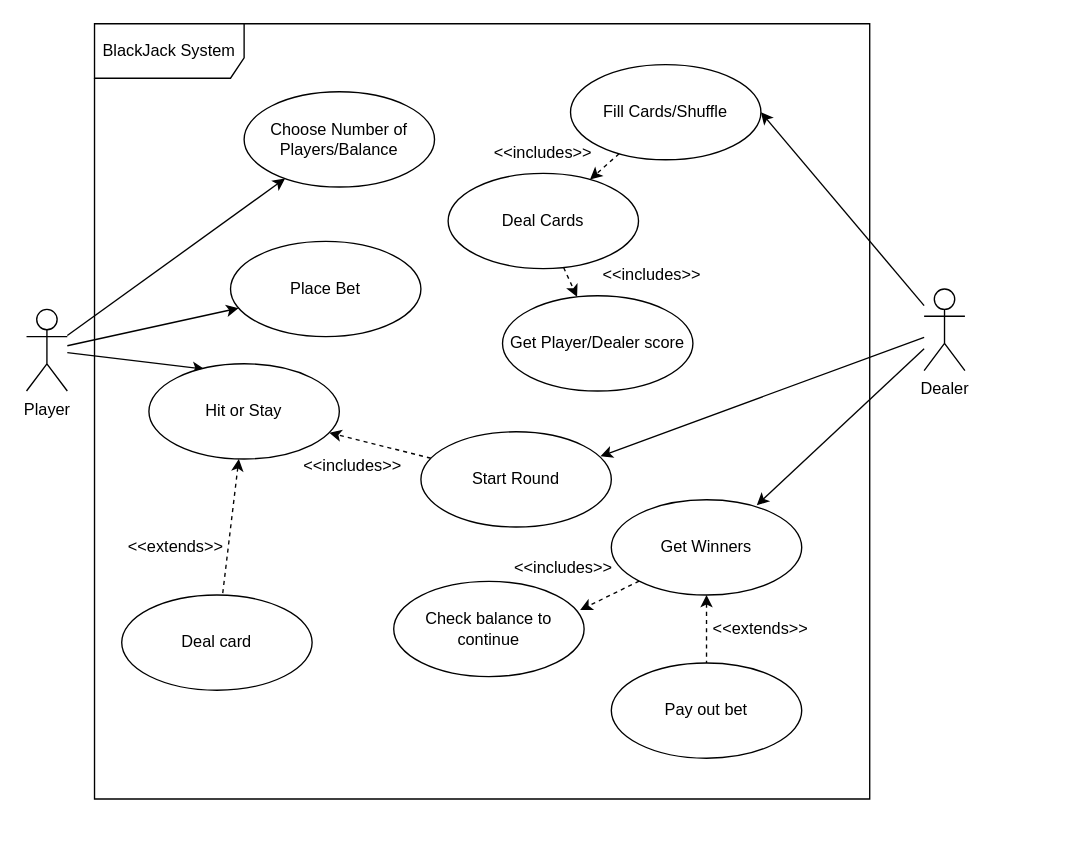
The draw.io diagram Use-Case BlackJack.drawio in robinlaws/BlackJack, before the edit. Source tidied: cells renumbered, new cells numbered last; positions are measured from the earlier drawing's top-left corner, leaving out a move shared by most shapes. Both pictures are drawn from the tidied source at 136%, with x=0, y=0 at pixel (26, 23).
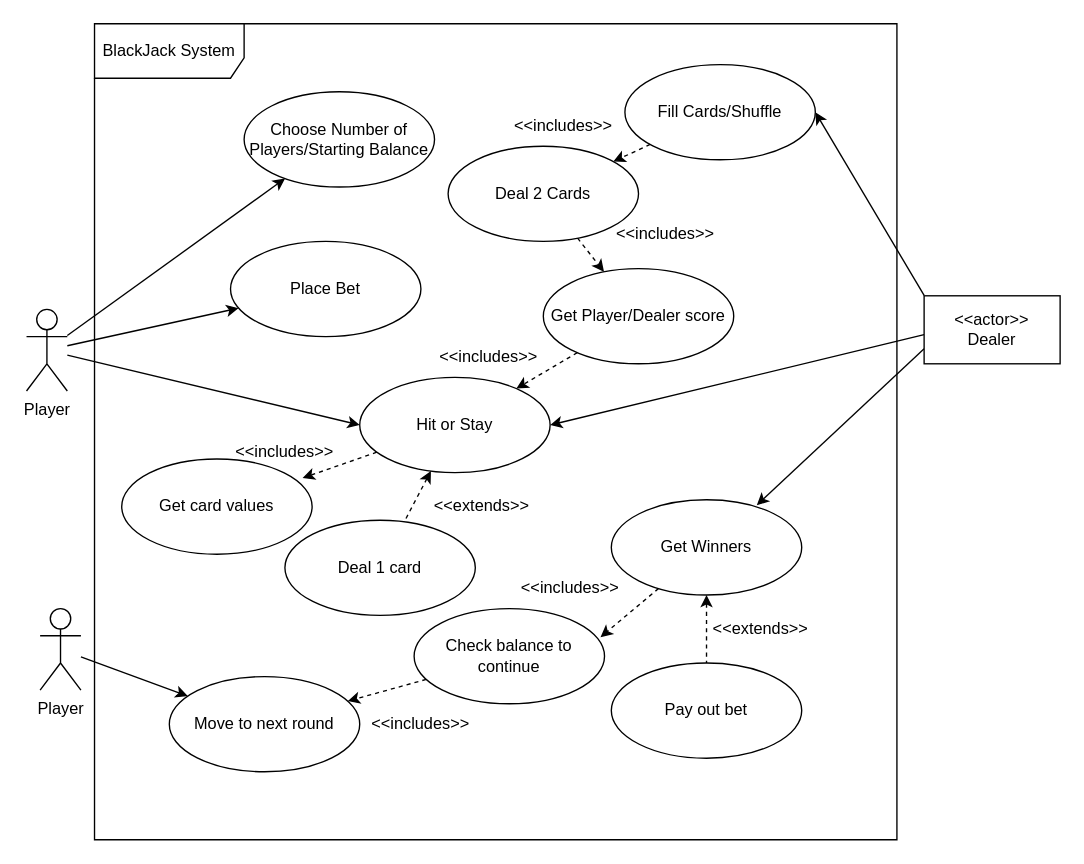
After the change.

The change refers to these unchanged cells:
```xml
<mxCell id="5" value="Player" style="shape=umlActor;verticalLabelPosition=bottom;verticalAlign=top;html=1;outlineConnect=0;" parent="1" vertex="1">
  <mxGeometry y="210" width="30" height="60" as="geometry" />
</mxCell>
<mxCell id="23" value="Get Winners" style="ellipse;whiteSpace=wrap;html=1;" parent="1" vertex="1">
  <mxGeometry x="430" y="350" width="140" height="70" as="geometry" />
</mxCell>
```

Diff of the diagram source:
```diff
@@
-    <mxCell id="4" style="edgeStyle=none;rounded=0;jettySize=auto;html=1;entryX=0.293;entryY=0.057;entryDx=0;entryDy=0;entryPerimeter=0;startArrow=none;startFill=0;endArrow=classic;endFill=1;fillColor=#e1d5e7;strokeColor=#030303;" parent="1" edge="1" source="5" target="20">
+    <mxCell id="4" style="edgeStyle=none;rounded=0;jettySize=auto;html=1;entryX=0;entryY=0.5;entryDx=0;entryDy=0;startArrow=none;startFill=0;endArrow=classic;endFill=1;fillColor=#e1d5e7;strokeColor=#030303;" parent="1" edge="1" source="5" target="20">
       <mxGeometry relative="1" as="geometry" />
     </mxCell>
@@
-    <mxCell id="6" style="edgeStyle=none;rounded=0;jettySize=auto;html=1;entryX=1;entryY=0.5;entryDx=0;entryDy=0;" parent="1" edge="1" source="9" target="13">
-      <mxGeometry relative="1" as="geometry" />
+    <mxCell id="6" style="edgeStyle=none;rounded=0;jettySize=auto;html=1;entryX=1;entryY=0.5;entryDx=0;entryDy=0;" parent="1" edge="1" target="13">
+      <mxGeometry relative="1" as="geometry">
+        <mxPoint x="660" y="199.7" as="sourcePoint" />
+      </mxGeometry>
     </mxCell>
-    <mxCell id="7" style="edgeStyle=none;rounded=0;jettySize=auto;html=1;entryX=0.943;entryY=0.257;entryDx=0;entryDy=0;entryPerimeter=0;startArrow=none;startFill=0;endArrow=classic;endFill=1;" parent="1" edge="1" source="9" target="18">
-      <mxGeometry relative="1" as="geometry" />
-    </mxCell>
-    <mxCell id="8" style="edgeStyle=none;rounded=0;jettySize=auto;html=1;startArrow=none;startFill=0;endArrow=classic;endFill=1;strokeColor=#030303;entryX=0.764;entryY=0.057;entryDx=0;entryDy=0;entryPerimeter=0;" parent="1" edge="1" source="9" target="23">
-      <mxGeometry relative="1" as="geometry" />
+    <mxCell id="8" style="edgeStyle=none;rounded=0;jettySize=auto;html=1;startArrow=none;startFill=0;endArrow=classic;endFill=1;strokeColor=#030303;entryX=0.764;entryY=0.057;entryDx=0;entryDy=0;entryPerimeter=0;" parent="1" edge="1" target="23">
+      <mxGeometry relative="1" as="geometry">
+        <mxPoint x="660" y="239" as="sourcePoint" />
+      </mxGeometry>
     </mxCell>
-    <mxCell id="9" value="Dealer" style="shape=umlActor;verticalLabelPosition=bottom;verticalAlign=top;html=1;outlineConnect=0;" parent="1" vertex="1">
-      <mxGeometry x="660" y="195" width="30" height="60" as="geometry" />
-    </mxCell>
+    <mxCell id="34" style="edgeStyle=none;rounded=0;jettySize=auto;html=1;entryX=1;entryY=0.5;entryDx=0;entryDy=0;" parent="1" edge="1" target="20">
+      <mxGeometry relative="1" as="geometry">
+        <mxPoint x="660" y="228.6" as="sourcePoint" />
+      </mxGeometry>
+    </mxCell>
-    <mxCell id="10" value="Choose Number of Players/Balance" style="ellipse;whiteSpace=wrap;html=1;" parent="1" vertex="1">
+    <mxCell id="10" value="Choose Number of Players/Starting Balance" style="ellipse;whiteSpace=wrap;html=1;" parent="1" vertex="1">
       <mxGeometry x="160" y="50" width="140" height="70" as="geometry" />
     </mxCell>
@@
     <mxCell id="13" value="Fill Cards/Shuffle" style="ellipse;whiteSpace=wrap;html=1;" parent="1" vertex="1">
-      <mxGeometry x="400" y="30" width="140" height="70" as="geometry" />
+      <mxGeometry x="440" y="30" width="140" height="70" as="geometry" />
     </mxCell>
@@
-    <mxCell id="15" value="Deal Cards" style="ellipse;whiteSpace=wrap;html=1;" parent="1" vertex="1">
-      <mxGeometry x="310" y="110" width="140" height="70" as="geometry" />
+    <mxCell id="15" value="Deal 2 Cards" style="ellipse;whiteSpace=wrap;html=1;" parent="1" vertex="1">
+      <mxGeometry x="310" y="90" width="140" height="70" as="geometry" />
     </mxCell>
+    <mxCell id="35" style="edgeStyle=none;rounded=0;jettySize=auto;html=1;dashed=1;" parent="1" edge="1" source="16" target="20">
+      <mxGeometry relative="1" as="geometry" />
+    </mxCell>
     <mxCell id="16" value="Get Player/Dealer score" style="ellipse;whiteSpace=wrap;html=1;" parent="1" vertex="1">
-      <mxGeometry x="350" y="200" width="140" height="70" as="geometry" />
+      <mxGeometry x="380" y="180" width="140" height="70" as="geometry" />
     </mxCell>
-    <mxCell id="17" style="edgeStyle=none;rounded=0;jettySize=auto;html=1;startArrow=none;startFill=0;endArrow=classic;endFill=1;strokeColor=#030303;dashed=1;" parent="1" edge="1" source="18" target="20">
-      <mxGeometry relative="1" as="geometry" />
-    </mxCell>
-    <mxCell id="18" value="Start Round" style="ellipse;whiteSpace=wrap;html=1;" parent="1" vertex="1">
-      <mxGeometry x="290" y="300" width="140" height="70" as="geometry" />
-    </mxCell>
@@
+    <mxCell id="36" style="rounded=0;jettySize=auto;html=1;entryX=0.95;entryY=0.2;entryDx=0;entryDy=0;dashed=1;entryPerimeter=0;" parent="1" edge="1" source="20" target="38">
+      <mxGeometry relative="1" as="geometry" />
+    </mxCell>
     <mxCell id="20" value="Hit or Stay" style="ellipse;whiteSpace=wrap;html=1;" parent="1" vertex="1">
-      <mxGeometry x="90" y="250" width="140" height="70" as="geometry" />
+      <mxGeometry x="245" y="260" width="140" height="70" as="geometry" />
     </mxCell>
@@
-    <mxCell id="25" value="Deal card" style="ellipse;whiteSpace=wrap;html=1;" parent="1" vertex="1">
-      <mxGeometry x="70" y="420" width="140" height="70" as="geometry" />
+    <mxCell id="25" value="Deal 1 card" style="ellipse;whiteSpace=wrap;html=1;" parent="1" vertex="1">
+      <mxGeometry x="190" y="365" width="140" height="70" as="geometry" />
     </mxCell>
+    <mxCell id="37" style="edgeStyle=none;rounded=0;jettySize=auto;html=1;dashed=1;" parent="1" edge="1" source="26" target="41">
+      <mxGeometry relative="1" as="geometry" />
+    </mxCell>
     <mxCell id="26" value="Check balance to continue" style="ellipse;whiteSpace=wrap;html=1;" parent="1" vertex="1">
-      <mxGeometry x="270" y="410" width="140" height="70" as="geometry" />
+      <mxGeometry x="285" y="430" width="140" height="70" as="geometry" />
     </mxCell>
@@
     <mxCell id="28" value="&amp;lt;&amp;lt;extends&amp;gt;&amp;gt;" style="text;html=1;strokeColor=none;fillColor=none;align=center;verticalAlign=middle;whiteSpace=wrap;rounded=0;" parent="1" vertex="1">
-      <mxGeometry x="80" y="370" width="60" height="30" as="geometry" />
+      <mxGeometry x="305" y="340" width="60" height="30" as="geometry" />
     </mxCell>
-    <mxCell id="29" value="&amp;lt;&amp;lt;includes&amp;gt;&amp;gt;" style="text;html=1;strokeColor=none;fillColor=none;align=center;verticalAlign=middle;whiteSpace=wrap;rounded=0;" parent="1" vertex="1">
-      <mxGeometry x="210" y="310" width="60" height="30" as="geometry" />
-    </mxCell>
     <mxCell id="30" value="&amp;lt;&amp;lt;includes&amp;gt;&amp;gt;" style="text;html=1;strokeColor=none;fillColor=none;align=center;verticalAlign=middle;whiteSpace=wrap;rounded=0;" parent="1" vertex="1">
-      <mxGeometry x="365" y="385" width="60" height="30" as="geometry" />
+      <mxGeometry x="370" y="400" width="60" height="30" as="geometry" />
     </mxCell>
     <mxCell id="31" value="&amp;lt;&amp;lt;includes&amp;gt;&amp;gt;" style="text;html=1;strokeColor=none;fillColor=none;align=center;verticalAlign=middle;whiteSpace=wrap;rounded=0;" parent="1" vertex="1">
-      <mxGeometry x="350" y="80" width="60" height="30" as="geometry" />
+      <mxGeometry x="365" y="60" width="60" height="30" as="geometry" />
     </mxCell>
     <mxCell id="32" value="&amp;lt;&amp;lt;includes&amp;gt;&amp;gt;" style="text;html=1;strokeColor=none;fillColor=none;align=center;verticalAlign=middle;whiteSpace=wrap;rounded=0;" parent="1" vertex="1">
-      <mxGeometry x="430" y="170" width="60" height="30" as="geometry" />
+      <mxGeometry x="440" y="140" width="60" height="30" as="geometry" />
     </mxCell>
     <mxCell id="33" value="BlackJack System" style="shape=umlFrame;whiteSpace=wrap;html=1;width=110;height=40;" parent="1" vertex="1">
-      <mxGeometry x="50" width="570" height="570" as="geometry" />
+      <mxGeometry x="50" width="590" height="600" as="geometry" />
     </mxCell>
+    <mxCell id="38" value="Get card values" style="ellipse;whiteSpace=wrap;html=1;" parent="1" vertex="1">
+      <mxGeometry x="70" y="320" width="140" height="70" as="geometry" />
+    </mxCell>
+    <mxCell id="39" value="&amp;lt;&amp;lt;includes&amp;gt;&amp;gt;" style="text;html=1;strokeColor=none;fillColor=none;align=center;verticalAlign=middle;whiteSpace=wrap;rounded=0;" parent="1" vertex="1">
+      <mxGeometry x="160" y="300" width="60" height="30" as="geometry" />
+    </mxCell>
+    <mxCell id="40" value="&amp;lt;&amp;lt;includes&amp;gt;&amp;gt;" style="text;html=1;strokeColor=none;fillColor=none;align=center;verticalAlign=middle;whiteSpace=wrap;rounded=0;" parent="1" vertex="1">
+      <mxGeometry x="310" y="230" width="60" height="30" as="geometry" />
+    </mxCell>
+    <mxCell id="41" value="Move to next round" style="ellipse;whiteSpace=wrap;html=1;" parent="1" vertex="1">
+      <mxGeometry x="105" y="480" width="140" height="70" as="geometry" />
+    </mxCell>
+    <mxCell id="42" style="rounded=0;jettySize=auto;html=1;" parent="1" edge="1" source="43" target="41">
+      <mxGeometry relative="1" as="geometry" />
+    </mxCell>
+    <mxCell id="43" value="Player" style="shape=umlActor;verticalLabelPosition=bottom;verticalAlign=top;html=1;outlineConnect=0;" parent="1" vertex="1">
+      <mxGeometry x="10" y="430" width="30" height="60" as="geometry" />
+    </mxCell>
+    <mxCell id="44" value="&amp;lt;&amp;lt;includes&amp;gt;&amp;gt;" style="text;html=1;strokeColor=none;fillColor=none;align=center;verticalAlign=middle;whiteSpace=wrap;rounded=0;" parent="1" vertex="1">
+      <mxGeometry x="260" y="500" width="60" height="30" as="geometry" />
+    </mxCell>
+    <mxCell id="45" value="&amp;lt;&amp;lt;actor&amp;gt;&amp;gt;&lt;br&gt;Dealer" style="rounded=0;whiteSpace=wrap;html=1;" parent="1" vertex="1">
+      <mxGeometry x="660" y="200" width="100" height="50" as="geometry" />
+    </mxCell>
```
